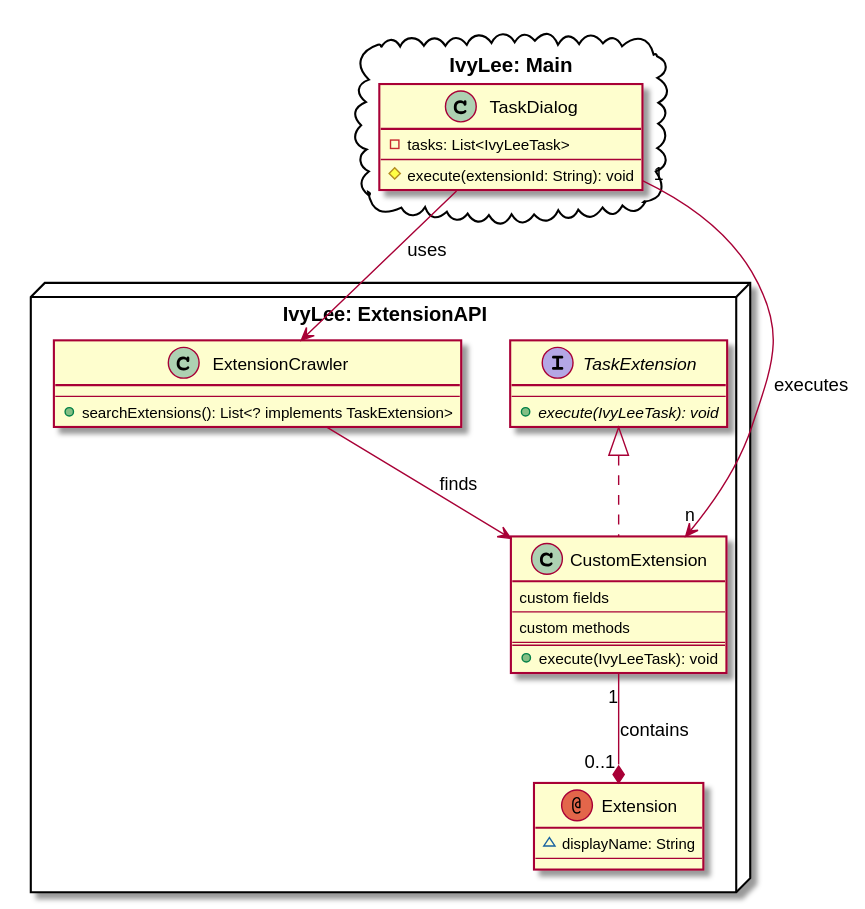
Before: documentation/files/TaskExtension.svg, a diagram exported from PlantUML (ottx96/ivy-lee).
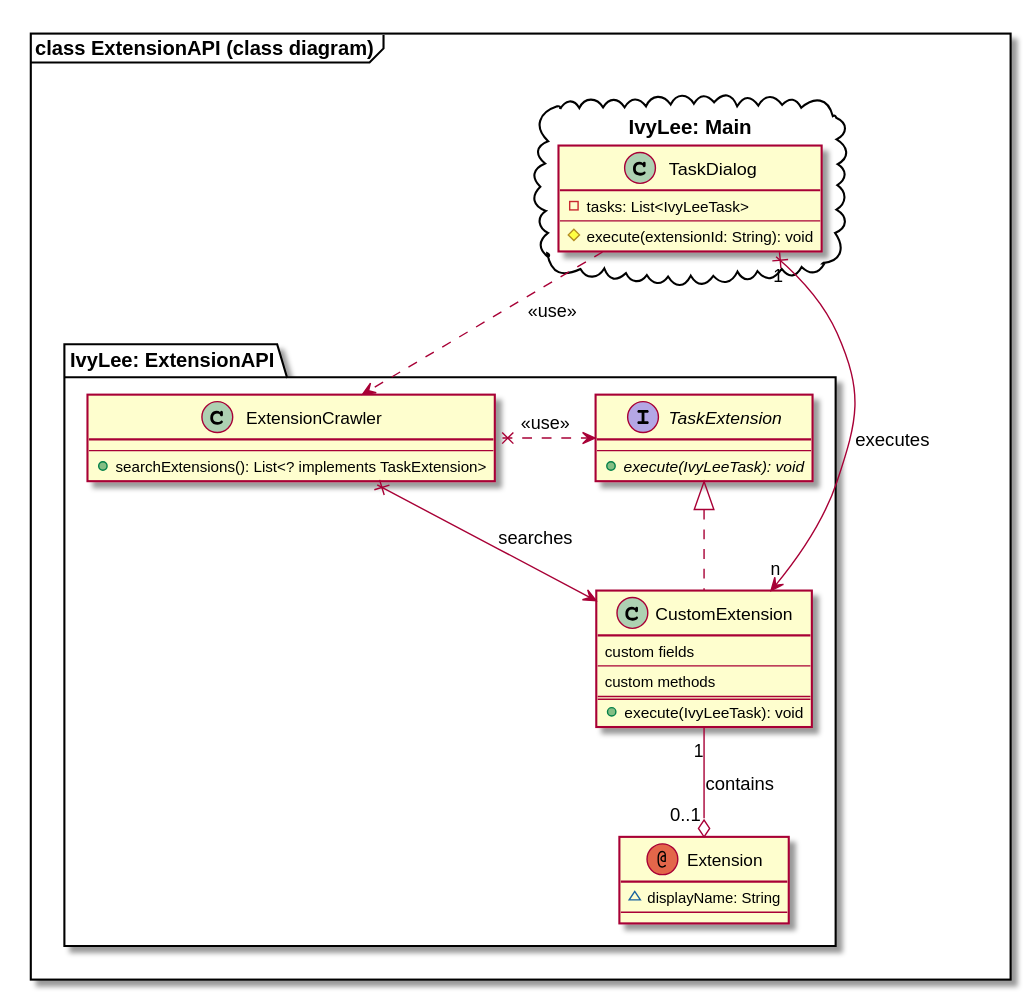
After the change.

Commit message:
Change UML class diagram

The edit, as a diff of the source:
```diff
@@ -1,33 +1,36 @@
 @startuml
-package "IvyLee: Main" <<Cloud>> {
- class TaskDialog {
-  - tasks: List<IvyLeeTask>
+package "class ExtensionAPI (class diagram)" <<frame>>{
+  package "IvyLee: Main" <<Cloud>> {
+   class TaskDialog {
+    - tasks: List<IvyLeeTask>
+    --
+    # execute(extensionId: String): void
+   }
+  }
+  package "IvyLee: ExtensionAPI" <<Package>> {
+  annotation Extension
+  Extension : ~ displayName: String
+  Extension : --
+  class CustomExtension implements TaskExtension {
+  custom fields
   --
-  # execute(extensionId: String): void
- }
-}
-package "IvyLee: ExtensionAPI" <<Node>> {
-annotation Extension
-Extension : ~ displayName: String
-Extension : --
-class CustomExtension implements TaskExtension {
-custom fields
---
-custom methods
-==
- + execute(IvyLeeTask): void
-}
-interface TaskExtension {
- --
- + {abstract} execute(IvyLeeTask): void
-}
-class ExtensionCrawler {
- --
- + searchExtensions(): List<? implements TaskExtension>
-}
-  ExtensionCrawler --> CustomExtension: finds
-  TaskDialog --> ExtensionCrawler: uses
-  TaskDialog "1" --> "n" CustomExtension: executes
-  CustomExtension "1" --* "0..1" Extension: contains
+  custom methods
+  ==
+   + execute(IvyLeeTask): void
+  }
+  interface TaskExtension {
+   --
+   + {abstract} execute(IvyLeeTask): void
+  }
+  class ExtensionCrawler {
+   --
+   + searchExtensions(): List<? implements TaskExtension>
+  }
+    ExtensionCrawler x--> CustomExtension: searches
+    ExtensionCrawler x.> TaskExtension: <<use>>
+    TaskDialog ..> ExtensionCrawler: <<use>>
+    TaskDialog "1" x---> "n" CustomExtension: executes
+    CustomExtension "1" --o "0..1" Extension: contains
+  }
 }
 @enduml
```
